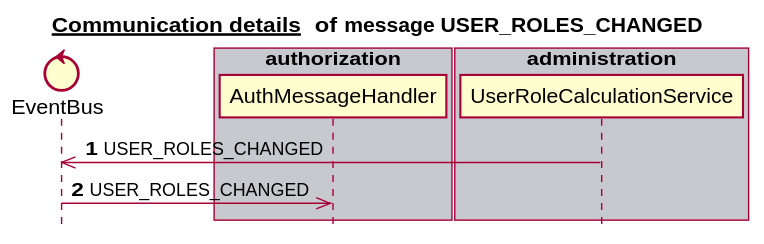
mercedes-benz/sechub keeps this PlantUML diagram as docs/latest/images/gen_domain_messaging_user_roles_changed.svg. Above is the earlier version.
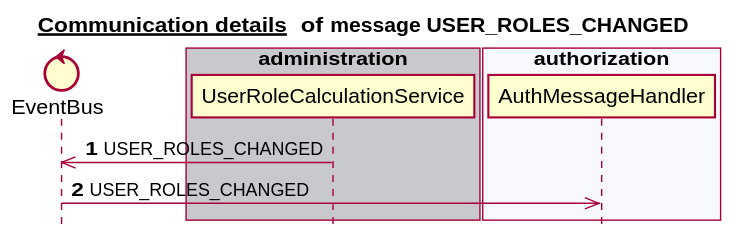
Later version of the same file.

The edit, as a diff of the source:
```diff
@@ -10,13 +10,13 @@
 end box
 box "schedule" #F8F8FF
 end box
-box "authorization" #C8C8CF
+box "administration" #C8C8CF
+   participant UserRoleCalculationService
+end box
+box "authorization" #F8F8FF
    participant AuthMessageHandler
 end box
-box "notification" #F8F8FF
-end box
-box "administration" #C8C8CF
-   participant UserRoleCalculationService
+box "notification" #C8C8CF
 end box
 autonumber 1
 UserRoleCalculationService ->> EventBus:USER_ROLES_CHANGED
```
